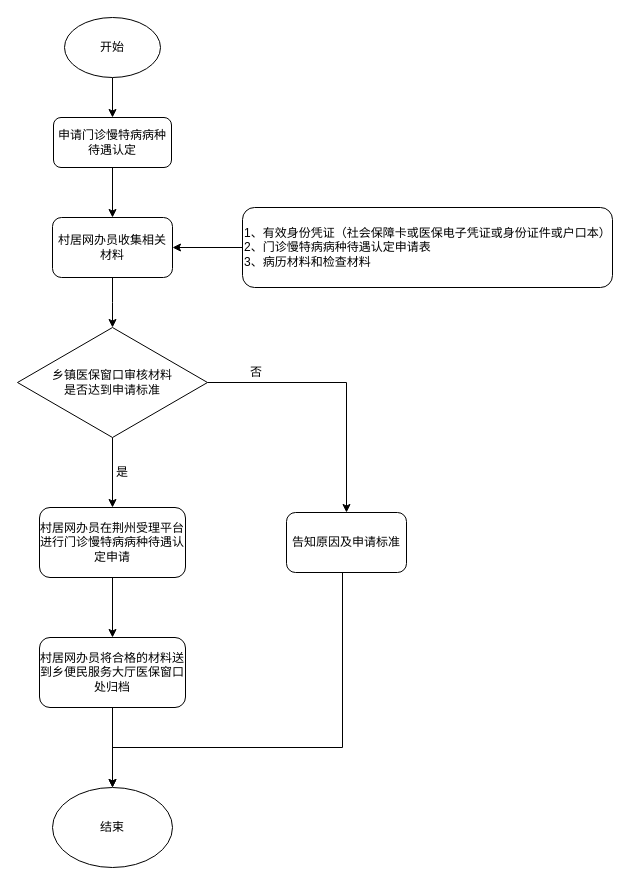
zouwei-0218/drawio keeps this draw.io diagram as 医保慢性病门诊申请流程图.drawio. Above is the earlier version. Source tidied: cells renumbered, new cells numbered last; positions are measured from the earlier drawing's top-left corner, leaving out a move shared by most shapes. Both pictures are drawn from the tidied source at 100%, with x=0, y=0 at pixel (17, 17).
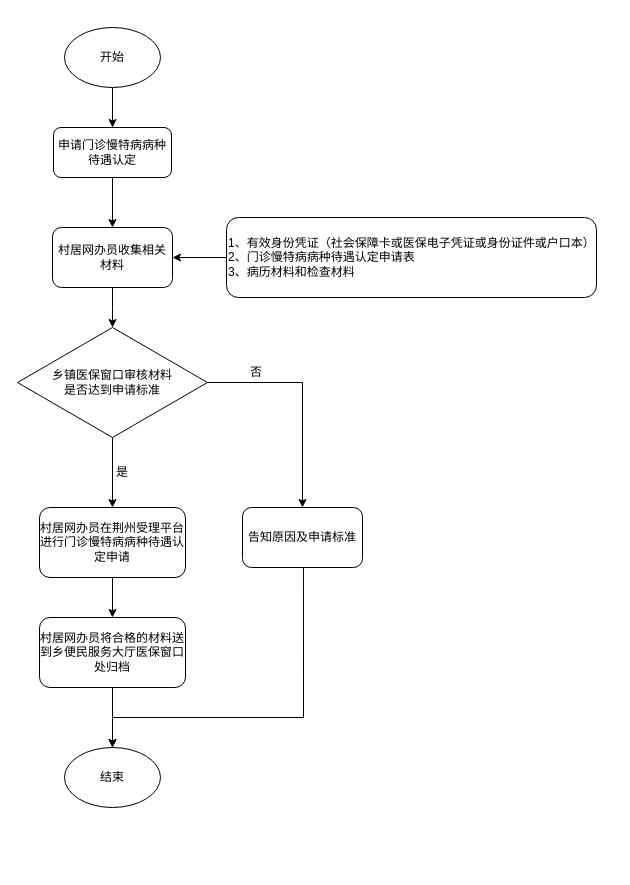
Above is the later version.

Commit message (it also covers changes not shown here):
更新医保慢性病门诊申请流程图.drawio

The edit, as a diff of the source:
```diff
@@
     <mxCell id="3" value="开始" style="ellipse;whiteSpace=wrap;html=1;" parent="1" vertex="1">
-      <mxGeometry x="47" width="96" height="60" as="geometry" />
+      <mxGeometry x="47" y="10" width="96" height="60" as="geometry" />
     </mxCell>
@@
     <mxCell id="5" value="申请门诊慢特病病种待遇认定" style="rounded=1;whiteSpace=wrap;html=1;" parent="1" vertex="1">
-      <mxGeometry x="36" y="100" width="118" height="50" as="geometry" />
+      <mxGeometry x="36" y="110" width="118" height="50" as="geometry" />
     </mxCell>
@@
     <mxCell id="7" value="村居网办员收集相关材料" style="rounded=1;whiteSpace=wrap;html=1;" parent="1" vertex="1">
-      <mxGeometry x="35" y="200" width="120" height="60" as="geometry" />
+      <mxGeometry x="35" y="210" width="120" height="60" as="geometry" />
     </mxCell>
@@
     <mxCell id="9" value="&lt;div&gt;1、有效身份凭证（社会保障卡或医保电子凭证或身份证件或户口本）&lt;/div&gt;&lt;div&gt;2、门诊慢特病病种待遇认定申请表&lt;/div&gt;&lt;div&gt;3、病历材料和检查材料&lt;/div&gt;" style="rounded=1;whiteSpace=wrap;html=1;align=left;" parent="1" vertex="1">
-      <mxGeometry x="225" y="190" width="370" height="80" as="geometry" />
+      <mxGeometry x="209" y="200" width="370" height="80" as="geometry" />
     </mxCell>
@@
-    <mxCell id="15" value="结束" style="ellipse;whiteSpace=wrap;html=1;" parent="1" vertex="1">
-      <mxGeometry x="35" y="770" width="120" height="80" as="geometry" />
-    </mxCell>
@@
-    <mxCell id="17" style="edgeStyle=orthogonalEdgeStyle;rounded=0;jettySize=auto;html=1;exitX=0.5;exitY=1;exitDx=0;exitDy=0;entryX=0.5;entryY=0;entryDx=0;entryDy=0;" parent="1" edge="1" source="18" target="15">
+    <mxCell id="17" style="edgeStyle=orthogonalEdgeStyle;rounded=0;jettySize=auto;html=1;entryX=0.5;entryY=0;entryDx=0;entryDy=0;exitX=0.508;exitY=0.917;exitDx=0;exitDy=0;exitPerimeter=0;" parent="1" edge="1" source="18" target="15">
       <mxGeometry relative="1" as="geometry">
         <Array as="points">
-          <mxPoint x="325" y="730" />
-          <mxPoint x="95" y="730" />
+          <mxPoint x="286" y="700" />
+          <mxPoint x="95" y="700" />
         </Array>
       </mxGeometry>
     </mxCell>
     <mxCell id="18" value="告知原因及申请标准" style="rounded=1;whiteSpace=wrap;html=1;" parent="1" vertex="1">
-      <mxGeometry x="269" y="495" width="120" height="60" as="geometry" />
+      <mxGeometry x="225" y="490" width="120" height="60" as="geometry" />
     </mxCell>
@@
     <mxCell id="21" value="村居网办员将合格的材料送到乡便民服务大厅医保窗口处归档" style="rounded=1;whiteSpace=wrap;html=1;" parent="1" vertex="1">
-      <mxGeometry x="22" y="620" width="146" height="70" as="geometry" />
+      <mxGeometry x="22" y="600" width="146" height="70" as="geometry" />
     </mxCell>
+    <mxCell id="15" value="结束" style="ellipse;whiteSpace=wrap;html=1;" parent="1" vertex="1">
+      <mxGeometry x="47" y="730" width="96" height="60" as="geometry" />
+    </mxCell>
```
